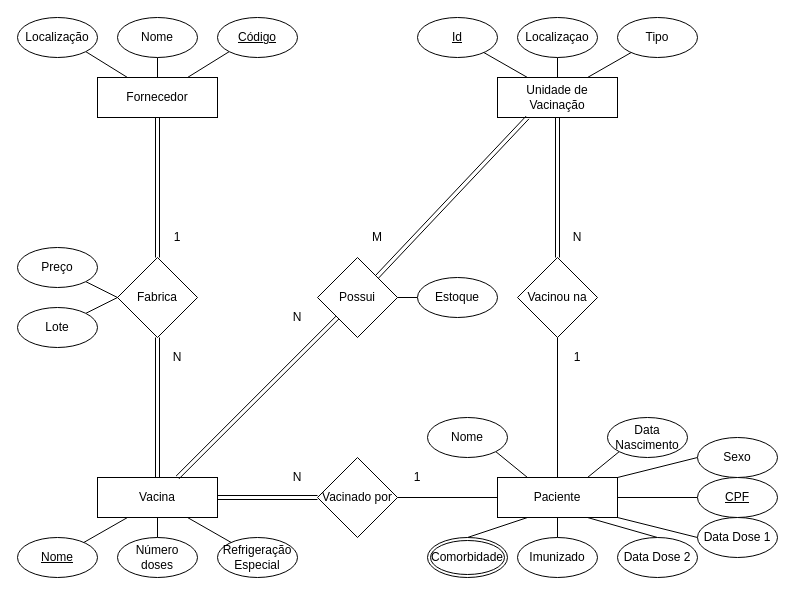
Above: modelo-er.drawio in cljosegfer/ibd-tp2-20202 (draw.io), before the change. Source tidied: cells renumbered, new cells numbered last; positions are measured from the earlier drawing's top-left corner, leaving out a move shared by most shapes. Both pictures are drawn from the tidied source at 100%, with x=0, y=0 at pixel (17, 17).
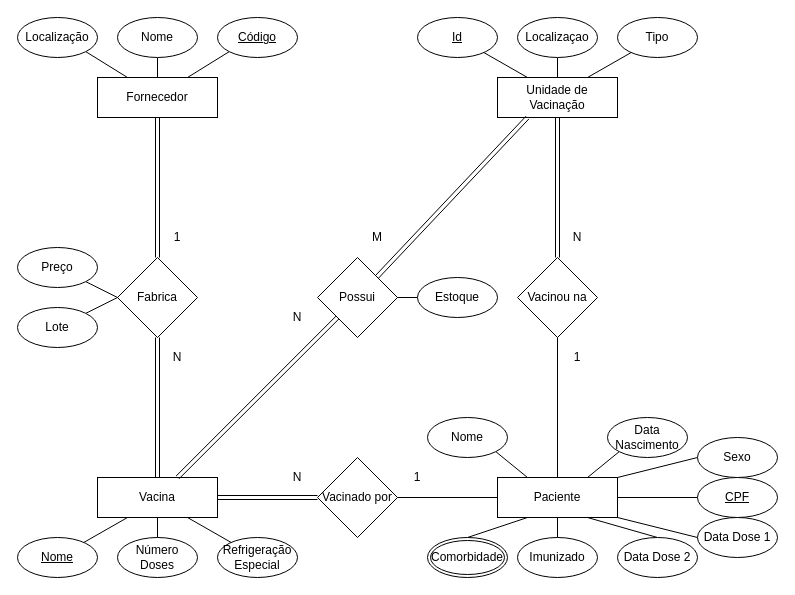
Above is the later version.

Commit message:
adiciona letra maiusculo no atributo n doses

The edit, as a diff of the source:
```diff
@@
-    <mxCell id="27" value="Número doses" style="ellipse;whiteSpace=wrap;html=1;" parent="1" vertex="1">
+    <mxCell id="27" value="Número Doses" style="ellipse;whiteSpace=wrap;html=1;" parent="1" vertex="1">
       <mxGeometry x="100" y="520" width="80" height="40" as="geometry" />
     </mxCell>
```
